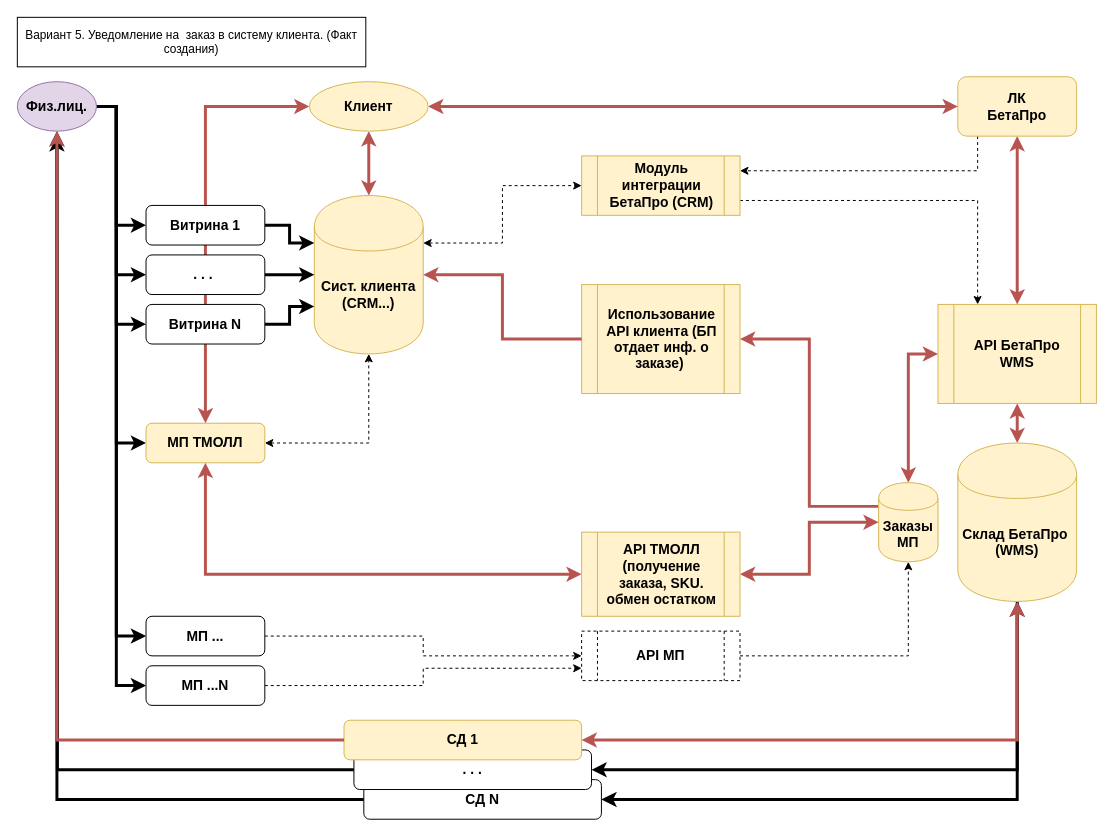
This is page "Ex_INF_ORD" (4 of 5) of diag_1.drawio from BetaproRep/DOC_1, a draw.io file, before an edit. Source tidied: cells renumbered, new cells numbered last; positions are measured from the earlier drawing's top-left corner, leaving out a move shared by most shapes. Both pictures are drawn from the tidied source at 99%, with x=0, y=0 at pixel (17, 17).
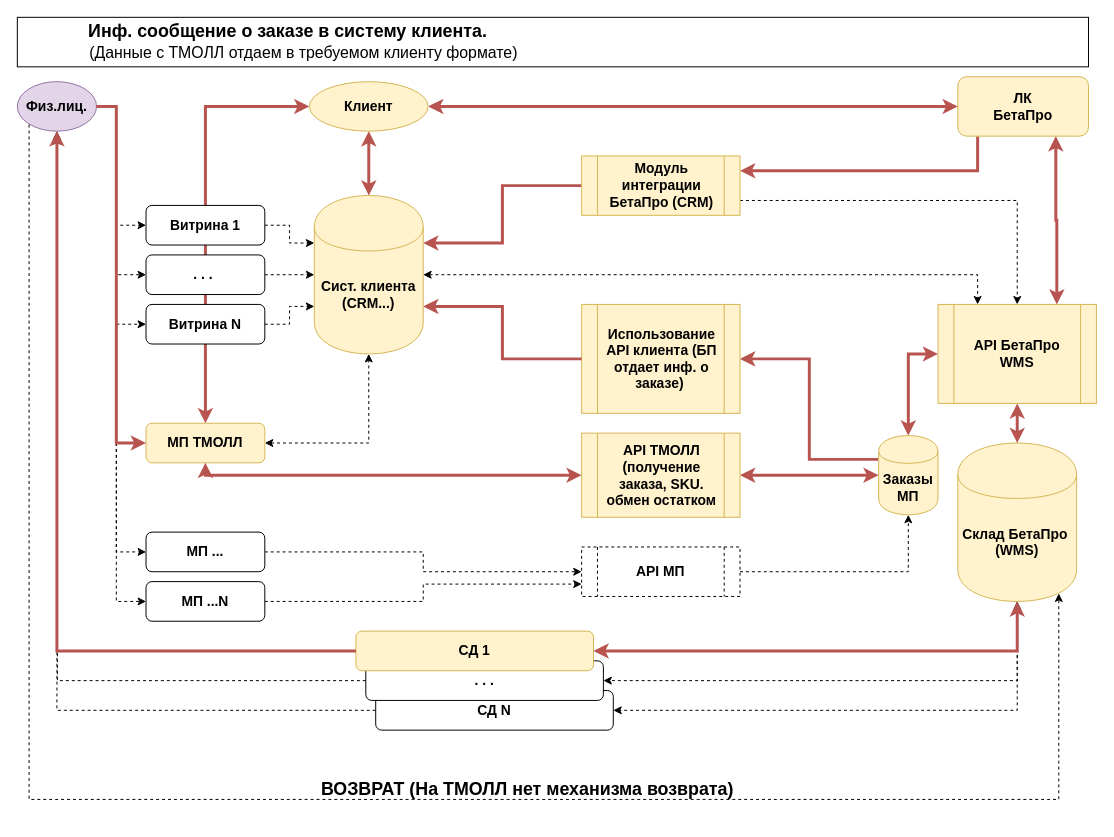
The same diagram, later.

The change refers to these unchanged cells:
```xml
<mxCell id="10" value="&lt;font style=&quot;font-size: 14px&quot;&gt;&lt;b&gt;Сист. клиента (CRM...)&lt;/b&gt;&lt;/font&gt;" style="shape=cylinder;whiteSpace=wrap;html=1;boundedLbl=1;backgroundOutline=1;fillColor=#fff2cc;strokeColor=#d6b656;" parent="1" vertex="1">
  <mxGeometry x="300" y="180" width="110" height="160" as="geometry" />
</mxCell>
<mxCell id="16" value="&lt;font style=&quot;font-size: 14px&quot;&gt;&lt;b&gt;Склад&amp;nbsp;&lt;/b&gt;&lt;b&gt;БетаПро&amp;nbsp;&lt;br&gt;(WMS)&lt;/b&gt;&lt;/font&gt;" style="shape=cylinder;whiteSpace=wrap;html=1;boundedLbl=1;backgroundOutline=1;fillColor=#fff2cc;strokeColor=#d6b656;" parent="1" vertex="1">
  <mxGeometry x="950" y="430" width="120" height="160" as="geometry" />
</mxCell>
<mxCell id="23" value="&lt;b&gt;&lt;font style=&quot;font-size: 14px&quot;&gt;МП ТМОЛЛ&lt;/font&gt;&lt;/b&gt;" style="shape=ext;rounded=1;html=1;whiteSpace=wrap;fillColor=#fff2cc;strokeColor=#d6b656;" parent="1" vertex="1">
  <mxGeometry x="130" y="410" width="120" height="40" as="geometry" />
</mxCell>
<mxCell id="25" value="&lt;span style=&quot;font-size: 14px ; white-space: normal&quot;&gt;&lt;b&gt;API БетаПро &lt;br&gt;WMS&lt;/b&gt;&lt;/span&gt;" style="shape=process;whiteSpace=wrap;html=1;backgroundOutline=1;align=center;fillColor=#fff2cc;strokeColor=#d6b656;" parent="1" vertex="1">
  <mxGeometry x="930" y="290" width="160" height="100" as="geometry" />
</mxCell>
<mxCell id="27" value="&lt;font style=&quot;font-size: 14px&quot;&gt;&lt;b&gt;Витрина N&lt;/b&gt;&lt;/font&gt;" style="shape=ext;rounded=1;html=1;whiteSpace=wrap;" parent="1" vertex="1">
  <mxGeometry x="130" y="290" width="120" height="40" as="geometry" />
</mxCell>
<mxCell id="33" value="&lt;div style=&quot;text-align: center&quot;&gt;&lt;span style=&quot;font-size: 14px&quot;&gt;&lt;b&gt;Модуль интеграции БетаПро (CRM)&lt;/b&gt;&lt;/span&gt;&lt;/div&gt;" style="shape=process;whiteSpace=wrap;html=1;backgroundOutline=1;align=left;fillColor=#fff2cc;strokeColor=#d6b656;" parent="1" vertex="1">
  <mxGeometry x="570" y="140" width="160" height="60" as="geometry" />
</mxCell>
<mxCell id="41" value="&lt;b&gt;&lt;font style=&quot;font-size: 14px&quot;&gt;Физ.лиц.&lt;/font&gt;&lt;/b&gt;" style="ellipse;whiteSpace=wrap;html=1;fillColor=#e1d5e7;strokeColor=#9673a6;" parent="1" vertex="1">
  <mxGeometry y="65" width="80" height="50" as="geometry" />
</mxCell>
<mxCell id="50" value="&lt;font style=&quot;font-size: 14px&quot;&gt;&lt;b&gt;. . .&amp;nbsp;&lt;/b&gt;&lt;/font&gt;" style="shape=ext;rounded=1;html=1;whiteSpace=wrap;" parent="1" vertex="1">
  <mxGeometry x="130" y="240" width="120" height="40" as="geometry" />
</mxCell>
<mxCell id="51" value="&lt;font style=&quot;font-size: 14px&quot;&gt;&lt;b&gt;Витрина 1&lt;/b&gt;&lt;/font&gt;" style="shape=ext;rounded=1;html=1;whiteSpace=wrap;" parent="1" vertex="1">
  <mxGeometry x="130" y="190" width="120" height="40" as="geometry" />
</mxCell>
```

What changed in the source:
```diff
@@
-    <mxCell id="2" style="edgeStyle=orthogonalEdgeStyle;rounded=0;jettySize=auto;html=1;exitX=1;exitY=0.5;exitDx=0;exitDy=0;entryX=0;entryY=0.5;entryDx=0;entryDy=0;strokeWidth=3;" parent="1" edge="1" source="41" target="51">
+    <mxCell id="2" style="edgeStyle=orthogonalEdgeStyle;rounded=0;jettySize=auto;html=1;exitX=1;exitY=0.5;exitDx=0;exitDy=0;entryX=0;entryY=0.5;entryDx=0;entryDy=0;strokeWidth=1;dashed=1;" parent="1" edge="1" source="41" target="51">
       <mxGeometry relative="1" as="geometry">
         <Array as="points">
           <mxPoint x="100" y="90" />
           <mxPoint x="100" y="210" />
         </Array>
       </mxGeometry>
     </mxCell>
-    <mxCell id="3" style="edgeStyle=orthogonalEdgeStyle;rounded=0;jettySize=auto;html=1;exitX=1;exitY=0.5;exitDx=0;exitDy=0;entryX=0;entryY=0.5;entryDx=0;entryDy=0;strokeWidth=3;" parent="1" edge="1" source="41" target="50">
+    <mxCell id="3" style="edgeStyle=orthogonalEdgeStyle;rounded=0;jettySize=auto;html=1;exitX=1;exitY=0.5;exitDx=0;exitDy=0;entryX=0;entryY=0.5;entryDx=0;entryDy=0;strokeWidth=1;dashed=1;" parent="1" edge="1" source="41" target="50">
       <mxGeometry relative="1" as="geometry">
         <Array as="points">
           <mxPoint x="100" y="90" />
           <mxPoint x="100" y="260" />
         </Array>
       </mxGeometry>
     </mxCell>
-    <mxCell id="4" style="edgeStyle=orthogonalEdgeStyle;rounded=0;jettySize=auto;html=1;exitX=1;exitY=0.5;exitDx=0;exitDy=0;entryX=0;entryY=0.5;entryDx=0;entryDy=0;strokeWidth=3;" parent="1" edge="1" source="41" target="23">
-      <mxGeometry relative="1" as="geometry">
-        <Array as="points">
-          <mxPoint x="100" y="90" />
-          <mxPoint x="100" y="430" />
-        </Array>
-      </mxGeometry>
-    </mxCell>
-    <mxCell id="5" style="edgeStyle=orthogonalEdgeStyle;rounded=0;jettySize=auto;html=1;exitX=1;exitY=0.5;exitDx=0;exitDy=0;entryX=0;entryY=0.5;entryDx=0;entryDy=0;startArrow=none;startFill=0;endArrow=classic;endFill=1;strokeWidth=3;" parent="1" edge="1" source="41" target="27">
+    <mxCell id="5" style="edgeStyle=orthogonalEdgeStyle;rounded=0;jettySize=auto;html=1;exitX=1;exitY=0.5;exitDx=0;exitDy=0;entryX=0;entryY=0.5;entryDx=0;entryDy=0;startArrow=none;startFill=0;endArrow=classic;endFill=1;strokeWidth=1;dashed=1;" parent="1" edge="1" source="41" target="27">
       <mxGeometry relative="1" as="geometry">
         <Array as="points">
           <mxPoint x="100" y="90" />
           <mxPoint x="100" y="310" />
         </Array>
       </mxGeometry>
     </mxCell>
-    <mxCell id="6" style="edgeStyle=orthogonalEdgeStyle;rounded=0;jettySize=auto;html=1;exitX=1;exitY=0.5;exitDx=0;exitDy=0;entryX=0;entryY=0.5;entryDx=0;entryDy=0;startArrow=none;startFill=0;endArrow=classic;endFill=1;strokeWidth=3;" parent="1" edge="1" source="41" target="29">
+    <mxCell id="6" style="edgeStyle=orthogonalEdgeStyle;rounded=0;jettySize=auto;html=1;exitX=1;exitY=0.5;exitDx=0;exitDy=0;entryX=0;entryY=0.5;entryDx=0;entryDy=0;startArrow=none;startFill=0;endArrow=classic;endFill=1;strokeWidth=1;dashed=1;" parent="1" edge="1" source="41" target="29">
       <mxGeometry relative="1" as="geometry">
         <Array as="points">
           <mxPoint x="100" y="90" />
-          <mxPoint x="100" y="625" />
+          <mxPoint x="100" y="540" />
         </Array>
       </mxGeometry>
     </mxCell>
-    <mxCell id="7" style="edgeStyle=orthogonalEdgeStyle;rounded=0;jettySize=auto;html=1;exitX=1;exitY=0.5;exitDx=0;exitDy=0;entryX=0;entryY=0.5;entryDx=0;entryDy=0;startArrow=none;startFill=0;endArrow=classic;endFill=1;strokeWidth=3;" parent="1" edge="1" source="41" target="31">
+    <mxCell id="7" style="edgeStyle=orthogonalEdgeStyle;rounded=0;jettySize=auto;html=1;exitX=1;exitY=0.5;exitDx=0;exitDy=0;entryX=0;entryY=0.5;entryDx=0;entryDy=0;startArrow=none;startFill=0;endArrow=classic;endFill=1;strokeWidth=1;dashed=1;fillColor=#f8cecc;strokeColor=#000000;" parent="1" edge="1" source="41" target="31">
       <mxGeometry relative="1" as="geometry">
         <Array as="points">
           <mxPoint x="100" y="90" />
-          <mxPoint x="100" y="675" />
+          <mxPoint x="100" y="590" />
         </Array>
       </mxGeometry>
     </mxCell>
-    <mxCell id="8" style="edgeStyle=orthogonalEdgeStyle;rounded=0;jettySize=auto;html=1;exitX=1;exitY=0.5;exitDx=0;exitDy=0;entryX=0;entryY=0.3;entryDx=0;entryDy=0;strokeWidth=3;" parent="1" edge="1" source="51" target="10">
+    <mxCell id="8" style="edgeStyle=orthogonalEdgeStyle;rounded=0;jettySize=auto;html=1;exitX=1;exitY=0.5;exitDx=0;exitDy=0;entryX=0;entryY=0.3;entryDx=0;entryDy=0;strokeWidth=1;dashed=1;" parent="1" edge="1" source="51" target="10">
       <mxGeometry relative="1" as="geometry" />
     </mxCell>
-    <mxCell id="9" style="edgeStyle=orthogonalEdgeStyle;rounded=0;jettySize=auto;html=1;exitX=1;exitY=0.3;exitDx=0;exitDy=0;entryX=0;entryY=0.5;entryDx=0;entryDy=0;startArrow=classic;startFill=1;endArrow=classic;endFill=1;strokeWidth=1;fillColor=#f8cecc;strokeColor=#000000;dashed=1;" parent="1" edge="1" source="10" target="33">
+    <mxCell id="9" style="edgeStyle=orthogonalEdgeStyle;rounded=0;jettySize=auto;html=1;exitX=1;exitY=0.3;exitDx=0;exitDy=0;entryX=0;entryY=0.5;entryDx=0;entryDy=0;startArrow=classic;startFill=1;endArrow=none;endFill=0;strokeWidth=3;fillColor=#f8cecc;strokeColor=#b85450;" parent="1" edge="1" source="10" target="33">
       <mxGeometry relative="1" as="geometry" />
     </mxCell>
+    <mxCell id="55" style="edgeStyle=orthogonalEdgeStyle;rounded=0;jettySize=auto;html=1;exitX=1;exitY=0.5;exitDx=0;exitDy=0;entryX=0.25;entryY=0;entryDx=0;entryDy=0;startArrow=classic;startFill=1;endArrow=classic;endFill=1;strokeColor=#000000;strokeWidth=1;dashed=1;" parent="1" edge="1" source="10" target="25">
+      <mxGeometry relative="1" as="geometry" />
+    </mxCell>
@@
-    <mxCell id="11" style="edgeStyle=orthogonalEdgeStyle;rounded=0;jettySize=auto;html=1;exitX=0;exitY=0.5;exitDx=0;exitDy=0;strokeWidth=3;entryX=0.5;entryY=1;entryDx=0;entryDy=0;" parent="1" edge="1" source="12" target="41">
+    <mxCell id="11" style="edgeStyle=orthogonalEdgeStyle;rounded=0;jettySize=auto;html=1;exitX=0;exitY=0.5;exitDx=0;exitDy=0;strokeWidth=1;entryX=0.5;entryY=1;entryDx=0;entryDy=0;dashed=1;" parent="1" edge="1" source="12" target="41">
       <mxGeometry relative="1" as="geometry" />
     </mxCell>
     <mxCell id="12" value="&lt;font style=&quot;font-size: 14px&quot;&gt;&lt;b&gt;СД N&lt;/b&gt;&lt;/font&gt;" style="html=1;whiteSpace=wrap;rounded=1;" parent="1" vertex="1">
-      <mxGeometry x="350" y="770" width="240" height="40" as="geometry" />
+      <mxGeometry x="362" y="680" width="240" height="40" as="geometry" />
     </mxCell>
-    <mxCell id="13" style="edgeStyle=orthogonalEdgeStyle;rounded=0;jettySize=auto;html=1;exitX=0.5;exitY=0;exitDx=0;exitDy=0;entryX=0.5;entryY=1;entryDx=0;entryDy=0;endArrow=classic;endFill=1;startArrow=classic;startFill=1;strokeWidth=3;fillColor=#f8cecc;strokeColor=#b85450;" parent="1" edge="1" source="25" target="18">
+    <mxCell id="13" style="edgeStyle=orthogonalEdgeStyle;rounded=0;jettySize=auto;html=1;exitX=0.75;exitY=0;exitDx=0;exitDy=0;entryX=0.75;entryY=1;entryDx=0;entryDy=0;endArrow=classic;endFill=1;startArrow=classic;startFill=1;strokeWidth=3;fillColor=#f8cecc;strokeColor=#b85450;" parent="1" edge="1" source="25" target="18">
       <mxGeometry relative="1" as="geometry" />
     </mxCell>
-    <mxCell id="14" style="edgeStyle=orthogonalEdgeStyle;rounded=0;jettySize=auto;html=1;exitX=0.5;exitY=1;exitDx=0;exitDy=0;entryX=1;entryY=0.5;entryDx=0;entryDy=0;startArrow=none;startFill=0;endArrow=classic;endFill=1;strokeWidth=3;" parent="1" edge="1" source="16" target="12">
+    <mxCell id="14" style="edgeStyle=orthogonalEdgeStyle;rounded=0;jettySize=auto;html=1;exitX=0.5;exitY=1;exitDx=0;exitDy=0;entryX=1;entryY=0.5;entryDx=0;entryDy=0;startArrow=none;startFill=0;endArrow=classic;endFill=1;strokeWidth=1;dashed=1;" parent="1" edge="1" source="16" target="12">
       <mxGeometry relative="1" as="geometry" />
     </mxCell>
-    <mxCell id="15" style="edgeStyle=orthogonalEdgeStyle;rounded=0;jettySize=auto;html=1;exitX=0.5;exitY=1;exitDx=0;exitDy=0;entryX=1;entryY=0.5;entryDx=0;entryDy=0;startArrow=classic;startFill=1;endArrow=classic;endFill=1;strokeWidth=3;fillColor=#f8cecc;strokeColor=#000000;" parent="1" edge="1" source="16" target="46">
+    <mxCell id="15" style="edgeStyle=orthogonalEdgeStyle;rounded=0;jettySize=auto;html=1;exitX=0.5;exitY=1;exitDx=0;exitDy=0;entryX=1;entryY=0.5;entryDx=0;entryDy=0;startArrow=classic;startFill=1;endArrow=classic;endFill=1;strokeWidth=1;fillColor=#f8cecc;strokeColor=#000000;dashed=1;" parent="1" edge="1" source="16" target="46">
       <mxGeometry relative="1" as="geometry" />
     </mxCell>
@@
-    <mxCell id="17" style="edgeStyle=orthogonalEdgeStyle;rounded=0;jettySize=auto;html=1;entryX=1;entryY=0.25;entryDx=0;entryDy=0;startArrow=none;startFill=0;strokeColor=#000000;strokeWidth=1;fillColor=#f8cecc;dashed=1;" parent="1" edge="1" source="18" target="33">
+    <mxCell id="17" style="edgeStyle=orthogonalEdgeStyle;rounded=0;jettySize=auto;html=1;entryX=1;entryY=0.25;entryDx=0;entryDy=0;startArrow=none;startFill=0;strokeColor=#b85450;strokeWidth=3;fillColor=#f8cecc;" parent="1" edge="1" source="18" target="33">
       <mxGeometry relative="1" as="geometry">
         <Array as="points">
           <mxPoint x="970" y="155" />
         </Array>
       </mxGeometry>
     </mxCell>
     <mxCell id="18" value="&lt;b&gt;&lt;font style=&quot;font-size: 14px&quot;&gt;ЛК &lt;br&gt;БетаПро&lt;/font&gt;&lt;/b&gt;" style="rounded=1;whiteSpace=wrap;html=1;fillColor=#fff2cc;strokeColor=#d6b656;" parent="1" vertex="1">
-      <mxGeometry x="950" y="60" width="120" height="60" as="geometry" />
+      <mxGeometry x="950" y="60" width="132" height="60" as="geometry" />
     </mxCell>
-    <mxCell id="19" style="edgeStyle=orthogonalEdgeStyle;rounded=0;jettySize=auto;html=1;exitX=1;exitY=0.5;exitDx=0;exitDy=0;strokeWidth=3;" parent="1" edge="1" source="50" target="10">
+    <mxCell id="19" style="edgeStyle=orthogonalEdgeStyle;rounded=0;jettySize=auto;html=1;exitX=1;exitY=0.5;exitDx=0;exitDy=0;strokeWidth=1;dashed=1;" parent="1" edge="1" source="50" target="10">
       <mxGeometry relative="1" as="geometry" />
     </mxCell>
@@
     <mxCell id="21" style="edgeStyle=orthogonalEdgeStyle;rounded=0;jettySize=auto;html=1;entryX=0;entryY=0.5;entryDx=0;entryDy=0;startArrow=classic;startFill=1;exitX=0.5;exitY=1;exitDx=0;exitDy=0;fillColor=#f8cecc;strokeColor=#b85450;strokeWidth=3;" parent="1" edge="1" source="23" target="37">
       <mxGeometry relative="1" as="geometry">
         <Array as="points">
-          <mxPoint x="190" y="562" />
+          <mxPoint x="190" y="462" />
         </Array>
       </mxGeometry>
     </mxCell>
@@
-    <mxCell id="26" style="edgeStyle=orthogonalEdgeStyle;rounded=0;jettySize=auto;html=1;exitX=1;exitY=0.5;exitDx=0;exitDy=0;entryX=0;entryY=0.7;entryDx=0;entryDy=0;startArrow=none;startFill=0;endArrow=classic;endFill=1;strokeWidth=3;" parent="1" edge="1" source="27" target="10">
+    <mxCell id="26" style="edgeStyle=orthogonalEdgeStyle;rounded=0;jettySize=auto;html=1;exitX=1;exitY=0.5;exitDx=0;exitDy=0;entryX=0;entryY=0.7;entryDx=0;entryDy=0;startArrow=none;startFill=0;endArrow=classic;endFill=1;strokeWidth=1;dashed=1;" parent="1" edge="1" source="27" target="10">
       <mxGeometry relative="1" as="geometry" />
     </mxCell>
@@
     <mxCell id="29" value="&lt;b&gt;&lt;font style=&quot;font-size: 14px&quot;&gt;МП ...&lt;/font&gt;&lt;/b&gt;" style="shape=ext;rounded=1;html=1;whiteSpace=wrap;" parent="1" vertex="1">
-      <mxGeometry x="130" y="605" width="120" height="40" as="geometry" />
+      <mxGeometry x="130" y="520" width="120" height="40" as="geometry" />
     </mxCell>
@@
     <mxCell id="31" value="&lt;b&gt;&lt;font style=&quot;font-size: 14px&quot;&gt;МП ...N&lt;/font&gt;&lt;/b&gt;" style="shape=ext;rounded=1;html=1;whiteSpace=wrap;" parent="1" vertex="1">
-      <mxGeometry x="130" y="655" width="120" height="40" as="geometry" />
+      <mxGeometry x="130" y="570" width="120" height="40" as="geometry" />
     </mxCell>
-    <mxCell id="32" style="edgeStyle=orthogonalEdgeStyle;rounded=0;jettySize=auto;html=1;exitX=1;exitY=0.75;exitDx=0;exitDy=0;entryX=0.25;entryY=0;entryDx=0;entryDy=0;startArrow=none;startFill=0;endArrow=classic;endFill=1;strokeWidth=1;fillColor=#f8cecc;strokeColor=#000000;dashed=1;" parent="1" edge="1" source="33" target="25">
+    <mxCell id="32" style="edgeStyle=orthogonalEdgeStyle;rounded=0;jettySize=auto;html=1;exitX=1;exitY=0.75;exitDx=0;exitDy=0;startArrow=none;startFill=0;endArrow=classic;endFill=1;strokeWidth=1;fillColor=#f8cecc;strokeColor=#000000;dashed=1;entryX=0.5;entryY=0;entryDx=0;entryDy=0;" parent="1" edge="1" source="33" target="25">
       <mxGeometry relative="1" as="geometry">
         <Array as="points">
-          <mxPoint x="970" y="185" />
+          <mxPoint x="1010" y="185" />
         </Array>
       </mxGeometry>
     </mxCell>
@@
     <mxCell id="34" value="&lt;div style=&quot;text-align: center&quot;&gt;&lt;span style=&quot;font-size: 14px&quot;&gt;&lt;b&gt;Использование API клиента (БП отдает инф. о заказе)&amp;nbsp;&lt;/b&gt;&lt;/span&gt;&lt;/div&gt;" style="shape=process;whiteSpace=wrap;html=1;backgroundOutline=1;align=left;fillColor=#fff2cc;strokeColor=#d6b656;" parent="1" vertex="1">
-      <mxGeometry x="570" y="270" width="160" height="110" as="geometry" />
+      <mxGeometry x="570" y="290" width="160" height="110" as="geometry" />
     </mxCell>
-    <mxCell id="35" style="edgeStyle=orthogonalEdgeStyle;rounded=0;jettySize=auto;html=1;entryX=1;entryY=0.5;entryDx=0;entryDy=0;startArrow=none;startFill=0;endArrow=classic;endFill=1;strokeWidth=3;exitX=0;exitY=0.5;exitDx=0;exitDy=0;fillColor=#f8cecc;strokeColor=#b85450;" parent="1" edge="1" source="34" target="10">
+    <mxCell id="35" style="edgeStyle=orthogonalEdgeStyle;rounded=0;jettySize=auto;html=1;entryX=1;entryY=0.7;entryDx=0;entryDy=0;startArrow=none;startFill=0;endArrow=classic;endFill=1;strokeWidth=3;exitX=0;exitY=0.5;exitDx=0;exitDy=0;fillColor=#f8cecc;strokeColor=#b85450;" parent="1" edge="1" source="34" target="10">
       <mxGeometry relative="1" as="geometry" />
     </mxCell>
@@
     <mxCell id="37" value="&lt;div style=&quot;text-align: center&quot;&gt;&lt;span style=&quot;font-size: 14px&quot;&gt;&lt;b&gt;API ТМОЛЛ (получение заказа, SKU. обмен остатком&lt;/b&gt;&lt;/span&gt;&lt;/div&gt;" style="shape=process;whiteSpace=wrap;html=1;backgroundOutline=1;align=left;fillColor=#fff2cc;strokeColor=#d6b656;" parent="1" vertex="1">
-      <mxGeometry x="570" y="520" width="160" height="85" as="geometry" />
+      <mxGeometry x="570" y="420" width="160" height="85" as="geometry" />
     </mxCell>
@@
     <mxCell id="44" value="&lt;b&gt;&lt;font style=&quot;font-size: 14px&quot;&gt;Заказы МП&lt;/font&gt;&lt;/b&gt;" style="shape=cylinder;whiteSpace=wrap;html=1;boundedLbl=1;backgroundOutline=1;fillColor=#fff2cc;strokeColor=#d6b656;" parent="1" vertex="1">
-      <mxGeometry x="870" y="470" width="60" height="80" as="geometry" />
+      <mxGeometry x="870" y="422.5" width="60" height="80" as="geometry" />
     </mxCell>
-    <mxCell id="45" style="edgeStyle=orthogonalEdgeStyle;rounded=0;jettySize=auto;html=1;exitX=0;exitY=0.5;exitDx=0;exitDy=0;startArrow=none;startFill=0;endArrow=classic;endFill=1;strokeWidth=3;" parent="1" edge="1" source="46">
+    <mxCell id="45" style="edgeStyle=orthogonalEdgeStyle;rounded=0;jettySize=auto;html=1;exitX=0;exitY=0.5;exitDx=0;exitDy=0;startArrow=none;startFill=0;endArrow=classic;endFill=1;strokeWidth=1;dashed=1;" parent="1" edge="1" source="46">
       <mxGeometry relative="1" as="geometry">
         <mxPoint x="40" y="120" as="targetPoint" />
       </mxGeometry>
     </mxCell>
     <mxCell id="46" value="&lt;span style=&quot;font-size: 14px&quot;&gt;&lt;b&gt;. . .&lt;/b&gt;&lt;/span&gt;" style="html=1;whiteSpace=wrap;rounded=1;" parent="1" vertex="1">
-      <mxGeometry x="340" y="740" width="240" height="40" as="geometry" />
+      <mxGeometry x="352" y="650" width="240" height="40" as="geometry" />
     </mxCell>
@@
     <mxCell id="48" value="&lt;div&gt;&lt;span style=&quot;font-size: 14px&quot;&gt;&lt;b&gt;API МП&lt;/b&gt;&lt;/span&gt;&lt;/div&gt;" style="shape=process;whiteSpace=wrap;html=1;backgroundOutline=1;align=center;dashed=1;" parent="1" vertex="1">
-      <mxGeometry x="570" y="620" width="160" height="50" as="geometry" />
+      <mxGeometry x="570" y="535" width="160" height="50" as="geometry" />
     </mxCell>
     <mxCell id="49" value="&lt;font style=&quot;font-size: 14px&quot;&gt;&lt;b&gt;СД 1&lt;/b&gt;&lt;/font&gt;" style="html=1;whiteSpace=wrap;rounded=1;fillColor=#fff2cc;strokeColor=#d6b656;" parent="1" vertex="1">
-      <mxGeometry x="330" y="710" width="240" height="40" as="geometry" />
+      <mxGeometry x="342" y="620" width="240" height="40" as="geometry" />
     </mxCell>
@@
-    <mxCell id="54" value="Вариант 5. Уведомление на&amp;nbsp; заказ в систему клиента. (Факт создания)" style="rounded=0;whiteSpace=wrap;html=1;" parent="1" vertex="1">
-      <mxGeometry width="352" height="50" as="geometry" />
+    <mxCell id="54" value="&lt;b style=&quot;font-size: 18px&quot;&gt;&amp;nbsp; &amp;nbsp; &amp;nbsp; &amp;nbsp; &amp;nbsp; &amp;nbsp; &amp;nbsp; Инф. сообщение о заказе в систему клиента.&amp;nbsp;&lt;/b&gt;&lt;br style=&quot;font-size: 18px&quot;&gt;&lt;div style=&quot;font-size: 18px&quot;&gt;&lt;span style=&quot;font-size: 12px&quot;&gt;&lt;font style=&quot;font-size: 16px&quot;&gt;&lt;b&gt;&amp;nbsp; &amp;nbsp; &amp;nbsp; &amp;nbsp; &amp;nbsp; &amp;nbsp; &amp;nbsp; &amp;nbsp;&amp;nbsp;&lt;/b&gt;(Данные с ТМОЛЛ отдаем в требуемом клиенту формате)&lt;/font&gt;&lt;/span&gt;&lt;/div&gt;" style="rounded=0;whiteSpace=wrap;html=1;align=left;" parent="1" vertex="1">
+      <mxGeometry width="1082" height="50" as="geometry" />
     </mxCell>
+    <mxCell id="56" style="edgeStyle=orthogonalEdgeStyle;rounded=0;jettySize=auto;html=1;exitX=0;exitY=1;exitDx=0;exitDy=0;dashed=1;startArrow=none;startFill=0;endArrow=classic;endFill=1;strokeColor=#000000;strokeWidth=1;entryX=0.85;entryY=0.95;entryDx=0;entryDy=0;entryPerimeter=0;" parent="1" edge="1" target="16">
+      <mxGeometry relative="1" as="geometry">
+        <mxPoint x="11.9" y="108.3" as="sourcePoint" />
+        <Array as="points">
+          <mxPoint x="12" y="790" />
+          <mxPoint x="1052" y="790" />
+        </Array>
+      </mxGeometry>
+    </mxCell>
+    <mxCell id="57" value="&lt;font style=&quot;font-size: 18px&quot;&gt;&lt;b&gt;ВОЗВРАТ (На ТМОЛЛ нет механизма возврата)&lt;/b&gt;&lt;/font&gt;" style="text;html=1;align=center;verticalAlign=middle;" parent="1" vertex="1">
+      <mxGeometry x="300" y="770" width="430" height="20" as="geometry" />
+    </mxCell>
+    <mxCell id="4" style="edgeStyle=orthogonalEdgeStyle;rounded=0;jettySize=auto;html=1;exitX=1;exitY=0.5;exitDx=0;exitDy=0;entryX=0;entryY=0.5;entryDx=0;entryDy=0;strokeWidth=3;fillColor=#f8cecc;strokeColor=#b85450;" parent="1" edge="1" source="41" target="23">
+      <mxGeometry relative="1" as="geometry">
+        <Array as="points">
+          <mxPoint x="100" y="90" />
+          <mxPoint x="100" y="430" />
+        </Array>
+      </mxGeometry>
+    </mxCell>
```
